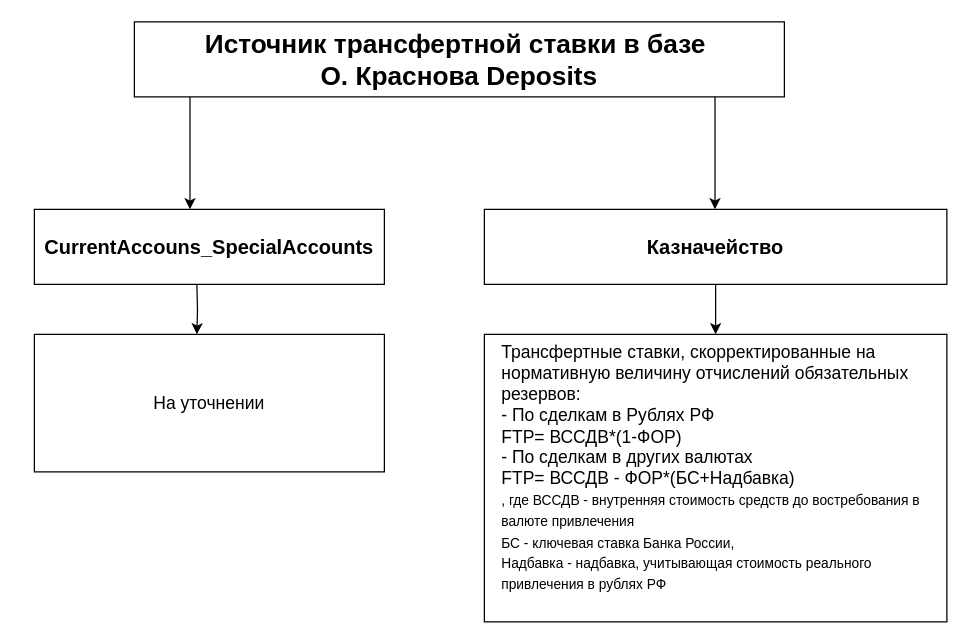
The draw.io diagram page "CA" (4 of 4) of Диаграмма без названия.drawio in NATALYAAAAAAAA/potter, before the edit. Source tidied: cells renumbered, new cells numbered last; positions are measured from the earlier drawing's top-left corner, leaving out a move shared by most shapes. Both pictures are drawn from the tidied source at 125%, with x=0, y=0 at pixel (34, 21).
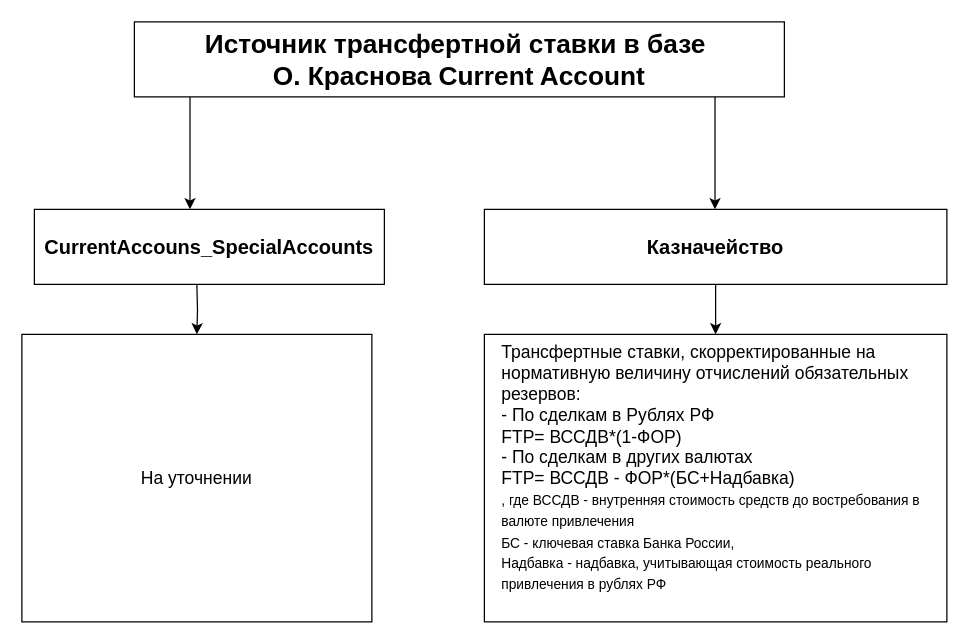
The same diagram, later.

Diff of the diagram source:
```diff
@@
 <mxGraphModel>
   <root>
     <mxCell id="0" />
     <mxCell id="1" parent="0" />
     <mxCell id="2" value="&lt;div&gt;Трансфертные ставки, скорректированные на нормативную величину отчислений обязательных резервов:&lt;/div&gt;&lt;div&gt;- По сделкам в Рублях РФ&lt;/div&gt;&lt;div&gt;FTP= ВССДВ*(1-ФОР)&lt;/div&gt;&lt;div&gt;- По сделкам в других валютах&lt;/div&gt;&lt;div&gt;FTP= ВССДВ - ФОР*(БС+Надбавка)&lt;/div&gt;&lt;div&gt;&lt;font style=&quot;font-size: 11px;&quot;&gt;, где&amp;nbsp;&lt;span style=&quot;background-color: transparent; color: light-dark(rgb(0, 0, 0), rgb(255, 255, 255));&quot;&gt;ВССДВ - внутренняя стоимость средств до востребования в валюте привлечения&lt;/span&gt;&lt;/font&gt;&lt;/div&gt;&lt;div&gt;&lt;span style=&quot;font-size: 11px;&quot;&gt;БС - ключевая ставка Банка России,&lt;/span&gt;&lt;/div&gt;&lt;div&gt;&lt;span style=&quot;font-size: 11px;&quot;&gt;Надбавка - надбавка, учитывающая стоимость реального привлечения в рублях РФ&lt;/span&gt;&lt;/div&gt;&lt;div&gt;&lt;br&gt;&lt;/div&gt;" style="whiteSpace=wrap;html=1;fontSize=14;align=left;spacingTop=0;spacing=14;" parent="1" vertex="1">
       <mxGeometry x="360" y="250" width="370" height="230" as="geometry" />
     </mxCell>
     <mxCell id="3" style="edgeStyle=orthogonalEdgeStyle;rounded=0;jettySize=auto;html=1;entryX=0.5;entryY=0;entryDx=0;entryDy=0;" parent="1" edge="1" source="4" target="2">
       <mxGeometry relative="1" as="geometry" />
     </mxCell>
     <mxCell id="4" value="&lt;b&gt;&lt;font style=&quot;font-size: 16px;&quot;&gt;Казначейство&lt;/font&gt;&lt;/b&gt;" style="rounded=0;whiteSpace=wrap;html=1;fontSize=14;" parent="1" vertex="1">
       <mxGeometry x="360" y="150" width="370" height="60" as="geometry" />
     </mxCell>
     <mxCell id="5" style="edgeStyle=orthogonalEdgeStyle;rounded=0;orthogonalLoop=1;jettySize=auto;html=1;entryX=0.5;entryY=0;entryDx=0;entryDy=0;" parent="1" edge="1">
       <mxGeometry relative="1" as="geometry">
         <mxPoint x="130" y="210" as="sourcePoint" />
         <mxPoint x="130" y="250" as="targetPoint" />
       </mxGeometry>
     </mxCell>
     <mxCell id="6" style="endArrow=classic;html=1;rounded=0;" parent="1" edge="1">
       <mxGeometry relative="1" as="geometry">
         <mxPoint x="124.5" y="57" as="sourcePoint" />
         <mxPoint x="124.5" y="150" as="targetPoint" />
       </mxGeometry>
     </mxCell>
     <mxCell id="7" style="endArrow=classic;html=1;rounded=0;" parent="1" edge="1">
       <mxGeometry relative="1" as="geometry">
         <mxPoint x="544.5" y="57" as="sourcePoint" />
         <mxPoint x="544.5" y="150" as="targetPoint" />
       </mxGeometry>
     </mxCell>
-    <mxCell id="8" value="&lt;b style=&quot;font-size: 21px;&quot;&gt;Источник трансфертной ставки в базе&amp;nbsp;&lt;/b&gt;&lt;div&gt;&lt;b style=&quot;font-size: 21px;&quot;&gt;О. Краснова Deposits&lt;/b&gt;&lt;/div&gt;" style="rounded=0;whiteSpace=wrap;html=1;" parent="1" vertex="1">
+    <mxCell id="8" value="&lt;b style=&quot;font-size: 21px;&quot;&gt;Источник трансфертной ставки в базе&amp;nbsp;&lt;/b&gt;&lt;div&gt;&lt;b style=&quot;font-size: 21px;&quot;&gt;О. Краснова Current Account&lt;/b&gt;&lt;/div&gt;" style="rounded=0;whiteSpace=wrap;html=1;" parent="1" vertex="1">
       <mxGeometry x="80" width="520" height="60" as="geometry" />
     </mxCell>
     <mxCell id="9" value="&lt;b&gt;&lt;font style=&quot;font-size: 16px;&quot;&gt;CurrentAccouns_SpecialAccounts&lt;/font&gt;&lt;/b&gt;" style="rounded=0;whiteSpace=wrap;html=1;" parent="1" vertex="1">
       <mxGeometry y="150" width="280" height="60" as="geometry" />
     </mxCell>
     <mxCell id="10" value="&lt;font style=&quot;font-size: 14px;&quot;&gt;На уточнении&lt;/font&gt;" style="rounded=0;whiteSpace=wrap;html=1;" parent="1" vertex="1">
-      <mxGeometry y="250" width="280" height="110" as="geometry" />
+      <mxGeometry x="-10" y="250" width="280" height="230" as="geometry" />
     </mxCell>
   </root>
 </mxGraphModel>
```
